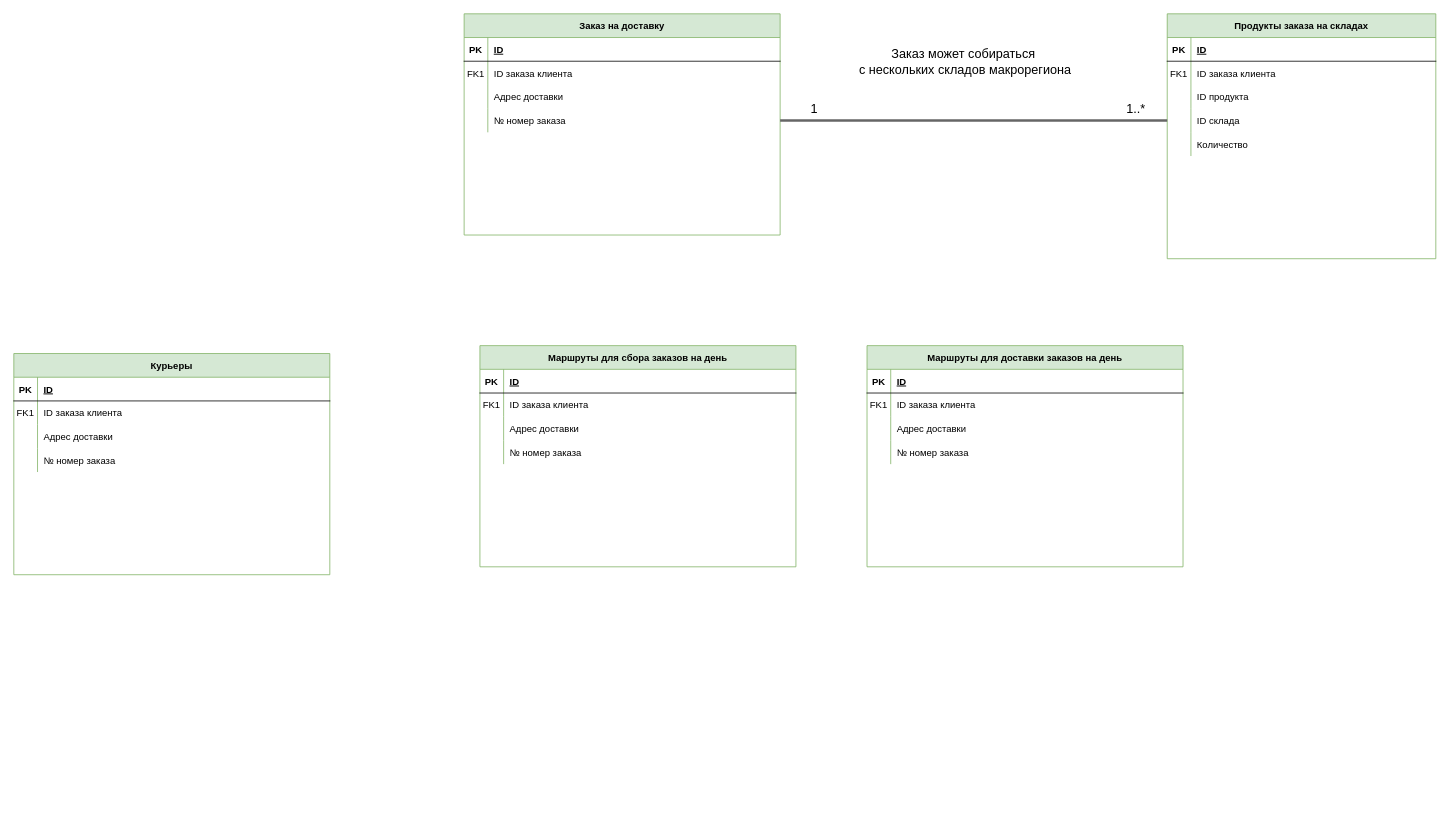
This is ERD Доставка.drawio from getitsoIved/examplesOfArtifacts, a draw.io file, before an edit. Source tidied: cells renumbered, new cells numbered last; positions are measured from the earlier drawing's top-left corner, leaving out a move shared by most shapes. Both pictures are drawn from the tidied source at 79%, with x=0, y=0 at pixel (13, 13).
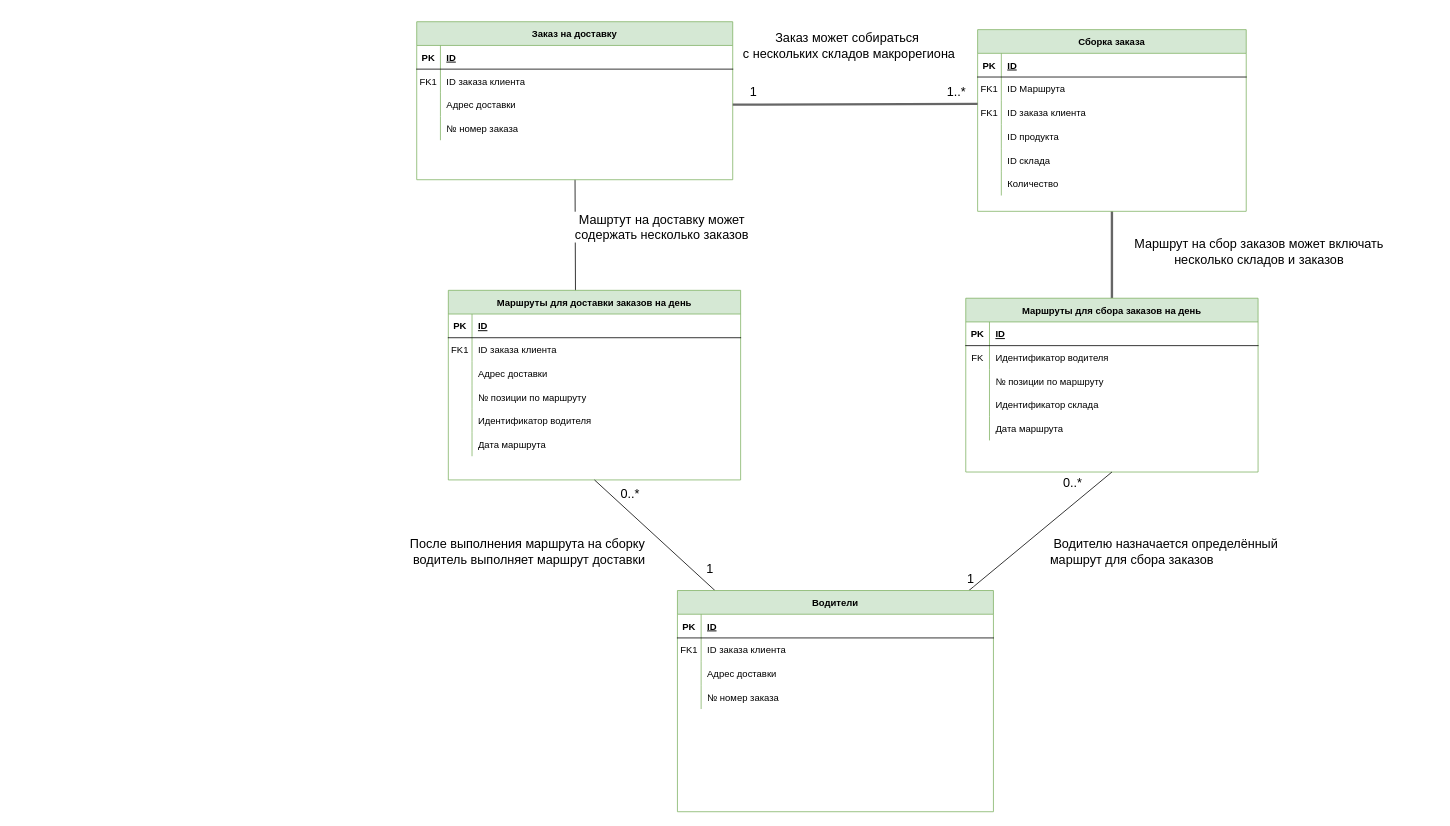
After the change.

The change refers to these unchanged cells:
```xml
<mxCell id="9" style="shape=partialRectangle;fillColor=none;points=[[0,0.5],[1,0.5]];portConstraint=eastwest;top=0;left=0;right=0;bottom=0;" parent="2" vertex="1">
  <mxGeometry y="90" width="400" height="30" as="geometry" />
</mxCell>
<mxCell id="12" style="shape=partialRectangle;fillColor=none;points=[[0,0.5],[1,0.5]];portConstraint=eastwest;top=0;left=0;right=0;bottom=0;" parent="2" vertex="1">
  <mxGeometry y="120" width="400" height="30" as="geometry" />
</mxCell>
```

Change to the diagram source:
```diff
@@
+    <mxCell id="74" style="rounded=0;jettySize=auto;html=1;entryX=0.435;entryY=0.003;entryDx=0;entryDy=0;entryPerimeter=0;endArrow=none;endFill=0;" parent="1" edge="1" source="2" target="48">
+      <mxGeometry relative="1" as="geometry" />
+    </mxCell>
+    <mxCell id="75" value="Машртут на доставку может&lt;br style=&quot;font-size: 16px;&quot;&gt;&amp;nbsp;содержать несколько заказов&amp;nbsp;" style="edgeLabel;html=1;align=center;verticalAlign=middle;fontSize=16;" parent="74" vertex="1">
+      <mxGeometry x="-0.19" y="3" relative="1" as="geometry">
+        <mxPoint x="106" y="3" as="offset" />
+      </mxGeometry>
+    </mxCell>
     <mxCell id="2" value="Заказ на доставку" style="shape=table;startSize=30;childLayout=tableLayout;rowLines=0;fontStyle=1;align=center;fillColor=#d5e8d4;strokeColor=#82b366;" parent="1" vertex="1">
-      <mxGeometry x="570" width="400" height="280" as="geometry" />
+      <mxGeometry x="510" y="10" width="400" height="200" as="geometry" />
     </mxCell>
@@
+    <mxCell id="76" style="edgeStyle=orthogonalEdgeStyle;rounded=0;jettySize=auto;html=1;entryX=0.5;entryY=0;entryDx=0;entryDy=0;endArrow=none;endFill=0;fillColor=#f5f5f5;strokeColor=#666666;strokeWidth=3;" parent="1" edge="1" source="15" target="35">
+      <mxGeometry relative="1" as="geometry" />
+    </mxCell>
+    <mxCell id="77" value="Маршрут на сбор заказов может включать&lt;br style=&quot;font-size: 16px;&quot;&gt;&amp;nbsp;несколько складов и заказов&amp;nbsp;" style="edgeLabel;html=1;align=center;verticalAlign=middle;fontSize=16;" parent="76" vertex="1">
+      <mxGeometry x="0.05" y="3" relative="1" as="geometry">
+        <mxPoint x="182" y="-8" as="offset" />
+      </mxGeometry>
+    </mxCell>
-    <mxCell id="15" value="Продукты заказа на складах" style="shape=table;startSize=30;childLayout=tableLayout;rowLines=0;fontStyle=1;align=center;fillColor=#d5e8d4;strokeColor=#82b366;" parent="1" vertex="1">
-      <mxGeometry x="1460" width="340" height="310" as="geometry" />
+    <mxCell id="15" value="Сборка заказа" style="shape=table;startSize=30;childLayout=tableLayout;rowLines=0;fontStyle=1;align=center;fillColor=#d5e8d4;strokeColor=#82b366;" parent="1" vertex="1">
+      <mxGeometry x="1220" y="20" width="340" height="230" as="geometry" />
     </mxCell>
@@
+    <mxCell id="78" style="shape=partialRectangle;fillColor=none;top=0;left=0;right=0;bottom=0;" parent="15" vertex="1">
+      <mxGeometry y="60" width="340" height="30" as="geometry" />
+    </mxCell>
+    <mxCell id="40" value="FK1" style="shape=partialRectangle;overflow=hidden;fillColor=none;top=0;left=0;bottom=0;right=0;" parent="78" vertex="1">
+      <mxGeometry width="30" height="30" as="geometry" />
+    </mxCell>
+    <mxCell id="79" value="ID Маршрута" style="shape=partialRectangle;overflow=hidden;fillColor=none;top=0;left=0;bottom=0;right=0;align=left;spacingLeft=6;" parent="78" vertex="1">
+      <mxGeometry x="30" width="310" height="30" as="geometry" />
+    </mxCell>
     <mxCell id="19" style="shape=partialRectangle;fillColor=none;points=[[0,0.5],[1,0.5]];portConstraint=eastwest;top=0;left=0;right=0;bottom=0;" parent="15" vertex="1">
-      <mxGeometry y="60" width="340" height="30" as="geometry" />
+      <mxGeometry y="90" width="340" height="30" as="geometry" />
     </mxCell>
@@
     <mxCell id="22" style="shape=partialRectangle;fillColor=none;top=0;left=0;right=0;bottom=0;" parent="15" vertex="1">
-      <mxGeometry y="90" width="340" height="30" as="geometry" />
+      <mxGeometry y="120" width="340" height="30" as="geometry" />
     </mxCell>
@@
     <mxCell id="25" style="shape=partialRectangle;fillColor=none;points=[[0,0.5],[1,0.5]];portConstraint=eastwest;top=0;left=0;right=0;bottom=0;" parent="15" vertex="1">
-      <mxGeometry y="120" width="340" height="30" as="geometry" />
+      <mxGeometry y="150" width="340" height="30" as="geometry" />
     </mxCell>
@@
     <mxCell id="28" style="shape=partialRectangle;fillColor=none;top=0;left=0;right=0;bottom=0;" parent="15" vertex="1">
-      <mxGeometry y="150" width="340" height="30" as="geometry" />
+      <mxGeometry y="180" width="340" height="30" as="geometry" />
     </mxCell>
@@
-    <mxCell id="31" style="edgeStyle=orthogonalEdgeStyle;rounded=0;jettySize=auto;html=1;endArrow=none;endFill=0;fillColor=#f5f5f5;strokeColor=#666666;strokeWidth=3;" parent="1" edge="1" source="12" target="25">
+    <mxCell id="31" style="rounded=0;jettySize=auto;html=1;endArrow=none;endFill=0;fillColor=#f5f5f5;strokeColor=#666666;strokeWidth=3;exitX=1;exitY=0.5;exitDx=0;exitDy=0;entryX=0;entryY=0.133;entryDx=0;entryDy=0;entryPerimeter=0;" parent="1" edge="1" source="9" target="19">
       <mxGeometry relative="1" as="geometry" />
     </mxCell>
@@
     <mxCell id="35" value="Маршруты для сбора заказов на день" style="shape=table;startSize=30;childLayout=tableLayout;rowLines=0;fontStyle=1;align=center;fillColor=#d5e8d4;strokeColor=#82b366;" parent="1" vertex="1">
-      <mxGeometry x="590" y="420" width="400" height="280" as="geometry" />
+      <mxGeometry x="1205" y="360" width="370" height="220" as="geometry" />
     </mxCell>
     <mxCell id="36" style="shape=partialRectangle;fillColor=none;top=0;left=0;right=0;bottom=1;" parent="35" vertex="1">
-      <mxGeometry y="30" width="400" height="30" as="geometry" />
+      <mxGeometry y="30" width="370" height="30" as="geometry" />
     </mxCell>
@@
     <mxCell id="38" value="ID" style="shape=partialRectangle;overflow=hidden;fillColor=none;top=0;left=0;bottom=0;right=0;align=left;spacingLeft=6;fontStyle=5;" parent="36" vertex="1">
-      <mxGeometry x="30" width="370" height="30" as="geometry" />
+      <mxGeometry x="30" width="340" height="30" as="geometry" />
     </mxCell>
-    <mxCell id="39" style="shape=partialRectangle;fillColor=none;top=0;left=0;right=0;bottom=0;" parent="35" vertex="1">
-      <mxGeometry y="60" width="400" height="30" as="geometry" />
-    </mxCell>
-    <mxCell id="40" value="FK1" style="shape=partialRectangle;overflow=hidden;fillColor=none;top=0;left=0;bottom=0;right=0;" parent="39" vertex="1">
-      <mxGeometry width="30" height="30" as="geometry" />
-    </mxCell>
-    <mxCell id="41" value="ID заказа клиента" style="shape=partialRectangle;overflow=hidden;fillColor=none;top=0;left=0;bottom=0;right=0;align=left;spacingLeft=6;" parent="39" vertex="1">
-      <mxGeometry x="30" width="370" height="30" as="geometry" />
-    </mxCell>
-    <mxCell id="42" style="shape=partialRectangle;fillColor=none;top=0;left=0;right=0;bottom=0;" parent="35" vertex="1">
-      <mxGeometry y="90" width="400" height="30" as="geometry" />
-    </mxCell>
-    <mxCell id="43" style="shape=partialRectangle;overflow=hidden;fillColor=none;top=0;left=0;bottom=0;right=0;" parent="42" vertex="1">
-      <mxGeometry width="30" height="30" as="geometry" />
-    </mxCell>
-    <mxCell id="44" value="Адрес доставки" style="shape=partialRectangle;overflow=hidden;fillColor=none;top=0;left=0;bottom=0;right=0;align=left;spacingLeft=6;" parent="42" vertex="1">
-      <mxGeometry x="30" width="370" height="30" as="geometry" />
-    </mxCell>
-    <mxCell id="45" style="shape=partialRectangle;fillColor=none;top=0;left=0;right=0;bottom=0;" parent="35" vertex="1">
-      <mxGeometry y="120" width="400" height="30" as="geometry" />
-    </mxCell>
-    <mxCell id="46" style="shape=partialRectangle;overflow=hidden;fillColor=none;top=0;left=0;bottom=0;right=0;" parent="45" vertex="1">
-      <mxGeometry width="30" height="30" as="geometry" />
-    </mxCell>
-    <mxCell id="47" value="№ номер заказа" style="shape=partialRectangle;overflow=hidden;fillColor=none;top=0;left=0;bottom=0;right=0;align=left;spacingLeft=6;" parent="45" vertex="1">
-      <mxGeometry x="30" width="370" height="30" as="geometry" />
-    </mxCell>
+    <mxCell id="80" style="shape=partialRectangle;fillColor=none;top=0;left=0;right=0;bottom=0;" parent="35" vertex="1">
+      <mxGeometry y="60" width="370" height="30" as="geometry" />
+    </mxCell>
+    <mxCell id="81" value="FK" style="shape=partialRectangle;overflow=hidden;fillColor=none;top=0;left=0;bottom=0;right=0;" parent="80" vertex="1">
+      <mxGeometry width="30" height="30" as="geometry" />
+    </mxCell>
+    <mxCell id="82" value="Идентификатор водителя" style="shape=partialRectangle;overflow=hidden;fillColor=none;top=0;left=0;bottom=0;right=0;align=left;spacingLeft=6;" parent="80" vertex="1">
+      <mxGeometry x="30" width="340" height="30" as="geometry" />
+    </mxCell>
+    <mxCell id="83" style="shape=partialRectangle;fillColor=none;top=0;left=0;right=0;bottom=0;" parent="35" vertex="1">
+      <mxGeometry y="90" width="370" height="30" as="geometry" />
+    </mxCell>
+    <mxCell id="84" style="shape=partialRectangle;overflow=hidden;fillColor=none;top=0;left=0;bottom=0;right=0;" parent="83" vertex="1">
+      <mxGeometry width="30" height="30" as="geometry" />
+    </mxCell>
+    <mxCell id="85" value="№ позиции по маршруту" style="shape=partialRectangle;overflow=hidden;fillColor=none;top=0;left=0;bottom=0;right=0;align=left;spacingLeft=6;" parent="83" vertex="1">
+      <mxGeometry x="30" width="340" height="30" as="geometry" />
+    </mxCell>
+    <mxCell id="86" style="shape=partialRectangle;fillColor=none;top=0;left=0;right=0;bottom=0;" parent="35" vertex="1">
+      <mxGeometry y="120" width="370" height="30" as="geometry" />
+    </mxCell>
+    <mxCell id="87" style="shape=partialRectangle;overflow=hidden;fillColor=none;top=0;left=0;bottom=0;right=0;" parent="86" vertex="1">
+      <mxGeometry width="30" height="30" as="geometry" />
+    </mxCell>
+    <mxCell id="88" value="Идентификатор склада" style="shape=partialRectangle;overflow=hidden;fillColor=none;top=0;left=0;bottom=0;right=0;align=left;spacingLeft=6;" parent="86" vertex="1">
+      <mxGeometry x="30" width="340" height="30" as="geometry" />
+    </mxCell>
+    <mxCell id="89" style="shape=partialRectangle;fillColor=none;top=0;left=0;right=0;bottom=0;" parent="35" vertex="1">
+      <mxGeometry y="150" width="370" height="30" as="geometry" />
+    </mxCell>
+    <mxCell id="90" style="shape=partialRectangle;overflow=hidden;fillColor=none;top=0;left=0;bottom=0;right=0;" parent="89" vertex="1">
+      <mxGeometry width="30" height="30" as="geometry" />
+    </mxCell>
+    <mxCell id="91" value="Дата маршрута" style="shape=partialRectangle;overflow=hidden;fillColor=none;top=0;left=0;bottom=0;right=0;align=left;spacingLeft=6;" parent="89" vertex="1">
+      <mxGeometry x="30" width="340" height="30" as="geometry" />
+    </mxCell>
     <mxCell id="48" value="Маршруты для доставки заказов на день" style="shape=table;startSize=30;childLayout=tableLayout;rowLines=0;fontStyle=1;align=center;fillColor=#d5e8d4;strokeColor=#82b366;" parent="1" vertex="1">
-      <mxGeometry x="1080" y="420" width="400" height="280" as="geometry" />
+      <mxGeometry x="550" y="350" width="370" height="240" as="geometry" />
     </mxCell>
     <mxCell id="49" style="shape=partialRectangle;fillColor=none;top=0;left=0;right=0;bottom=1;" parent="48" vertex="1">
-      <mxGeometry y="30" width="400" height="30" as="geometry" />
+      <mxGeometry y="30" width="370" height="30" as="geometry" />
     </mxCell>
@@
     <mxCell id="51" value="ID" style="shape=partialRectangle;overflow=hidden;fillColor=none;top=0;left=0;bottom=0;right=0;align=left;spacingLeft=6;fontStyle=5;" parent="49" vertex="1">
-      <mxGeometry x="30" width="370" height="30" as="geometry" />
+      <mxGeometry x="30" width="340" height="30" as="geometry" />
     </mxCell>
     <mxCell id="52" style="shape=partialRectangle;fillColor=none;top=0;left=0;right=0;bottom=0;" parent="48" vertex="1">
-      <mxGeometry y="60" width="400" height="30" as="geometry" />
+      <mxGeometry y="60" width="370" height="30" as="geometry" />
     </mxCell>
@@
     <mxCell id="54" value="ID заказа клиента" style="shape=partialRectangle;overflow=hidden;fillColor=none;top=0;left=0;bottom=0;right=0;align=left;spacingLeft=6;" parent="52" vertex="1">
-      <mxGeometry x="30" width="370" height="30" as="geometry" />
+      <mxGeometry x="30" width="340" height="30" as="geometry" />
     </mxCell>
     <mxCell id="55" style="shape=partialRectangle;fillColor=none;top=0;left=0;right=0;bottom=0;" parent="48" vertex="1">
-      <mxGeometry y="90" width="400" height="30" as="geometry" />
+      <mxGeometry y="90" width="370" height="30" as="geometry" />
     </mxCell>
@@
     <mxCell id="57" value="Адрес доставки" style="shape=partialRectangle;overflow=hidden;fillColor=none;top=0;left=0;bottom=0;right=0;align=left;spacingLeft=6;" parent="55" vertex="1">
-      <mxGeometry x="30" width="370" height="30" as="geometry" />
+      <mxGeometry x="30" width="340" height="30" as="geometry" />
     </mxCell>
     <mxCell id="58" style="shape=partialRectangle;fillColor=none;top=0;left=0;right=0;bottom=0;" parent="48" vertex="1">
-      <mxGeometry y="120" width="400" height="30" as="geometry" />
+      <mxGeometry y="120" width="370" height="30" as="geometry" />
     </mxCell>
@@
-    <mxCell id="60" value="№ номер заказа" style="shape=partialRectangle;overflow=hidden;fillColor=none;top=0;left=0;bottom=0;right=0;align=left;spacingLeft=6;" parent="58" vertex="1">
-      <mxGeometry x="30" width="370" height="30" as="geometry" />
+    <mxCell id="60" value="№ позиции по маршруту" style="shape=partialRectangle;overflow=hidden;fillColor=none;top=0;left=0;bottom=0;right=0;align=left;spacingLeft=6;" parent="58" vertex="1">
+      <mxGeometry x="30" width="340" height="30" as="geometry" />
     </mxCell>
+    <mxCell id="92" style="shape=partialRectangle;fillColor=none;top=0;left=0;right=0;bottom=0;" parent="48" vertex="1">
+      <mxGeometry y="150" width="370" height="30" as="geometry" />
+    </mxCell>
+    <mxCell id="93" style="shape=partialRectangle;overflow=hidden;fillColor=none;top=0;left=0;bottom=0;right=0;" parent="92" vertex="1">
+      <mxGeometry width="30" height="30" as="geometry" />
+    </mxCell>
+    <mxCell id="94" value="Идентификатор водителя" style="shape=partialRectangle;overflow=hidden;fillColor=none;top=0;left=0;bottom=0;right=0;align=left;spacingLeft=6;" parent="92" vertex="1">
+      <mxGeometry x="30" width="340" height="30" as="geometry" />
+    </mxCell>
+    <mxCell id="95" style="shape=partialRectangle;fillColor=none;top=0;left=0;right=0;bottom=0;" parent="48" vertex="1">
+      <mxGeometry y="180" width="370" height="30" as="geometry" />
+    </mxCell>
+    <mxCell id="96" style="shape=partialRectangle;overflow=hidden;fillColor=none;top=0;left=0;bottom=0;right=0;" parent="95" vertex="1">
+      <mxGeometry width="30" height="30" as="geometry" />
+    </mxCell>
+    <mxCell id="97" value="Дата маршрута" style="shape=partialRectangle;overflow=hidden;fillColor=none;top=0;left=0;bottom=0;right=0;align=left;spacingLeft=6;" parent="95" vertex="1">
+      <mxGeometry x="30" width="340" height="30" as="geometry" />
+    </mxCell>
+    <mxCell id="98" style="rounded=0;jettySize=auto;html=1;endArrow=none;endFill=0;entryX=0.5;entryY=1;entryDx=0;entryDy=0;" parent="1" edge="1" source="61" target="48">
+      <mxGeometry relative="1" as="geometry" />
+    </mxCell>
+    <mxCell id="99" value="&lt;font style=&quot;font-size: 16px;&quot;&gt;После выполнения маршрута на сборку&lt;br&gt;&amp;nbsp;водитель выполняет маршрут доставки&lt;/font&gt;" style="edgeLabel;html=1;align=center;verticalAlign=middle;" parent="98" vertex="1">
+      <mxGeometry y="-3" relative="1" as="geometry">
+        <mxPoint x="-163" y="23" as="offset" />
+      </mxGeometry>
+    </mxCell>
+    <mxCell id="100" value="0..*" style="edgeLabel;html=1;align=center;verticalAlign=middle;fontSize=16;" parent="98" vertex="1">
+      <mxGeometry x="0.78" y="2" relative="1" as="geometry">
+        <mxPoint x="29" as="offset" />
+      </mxGeometry>
+    </mxCell>
+    <mxCell id="101" value="1" style="edgeLabel;html=1;align=center;verticalAlign=middle;fontSize=16;" parent="98" vertex="1">
+      <mxGeometry x="-0.7" relative="1" as="geometry">
+        <mxPoint x="16" y="-8" as="offset" />
+      </mxGeometry>
+    </mxCell>
+    <mxCell id="102" style="rounded=0;jettySize=auto;html=1;endArrow=none;endFill=0;entryX=0.5;entryY=1;entryDx=0;entryDy=0;" parent="1" edge="1" source="61" target="35">
+      <mxGeometry relative="1" as="geometry" />
+    </mxCell>
+    <mxCell id="103" value="&lt;font style=&quot;font-size: 16px;&quot;&gt;&amp;nbsp;Водителю назначается определённый &lt;br&gt;маршрут для сбора заказов&lt;/font&gt;" style="edgeLabel;html=1;align=left;verticalAlign=middle;" parent="102" vertex="1">
+      <mxGeometry y="-3" relative="1" as="geometry">
+        <mxPoint x="8" y="23" as="offset" />
+      </mxGeometry>
+    </mxCell>
+    <mxCell id="104" value="1" style="edgeLabel;html=1;align=center;verticalAlign=middle;fontSize=16;" parent="102" vertex="1">
+      <mxGeometry x="-0.8" y="-3" relative="1" as="geometry">
+        <mxPoint x="-19" y="-2" as="offset" />
+      </mxGeometry>
+    </mxCell>
+    <mxCell id="105" value="0..*" style="edgeLabel;html=1;align=center;verticalAlign=middle;fontSize=16;" parent="102" vertex="1">
+      <mxGeometry x="0.83" y="-1" relative="1" as="geometry">
+        <mxPoint x="-36" as="offset" />
+      </mxGeometry>
+    </mxCell>
-    <mxCell id="61" value="Курьеры" style="shape=table;startSize=30;childLayout=tableLayout;rowLines=0;fontStyle=1;align=center;fillColor=#d5e8d4;strokeColor=#82b366;" parent="1" vertex="1">
-      <mxGeometry y="430" width="400" height="280" as="geometry" />
+    <mxCell id="61" value="Водители" style="shape=table;startSize=30;childLayout=tableLayout;rowLines=0;fontStyle=1;align=center;fillColor=#d5e8d4;strokeColor=#82b366;" parent="1" vertex="1">
+      <mxGeometry x="840" y="730" width="400" height="280" as="geometry" />
     </mxCell>
```
